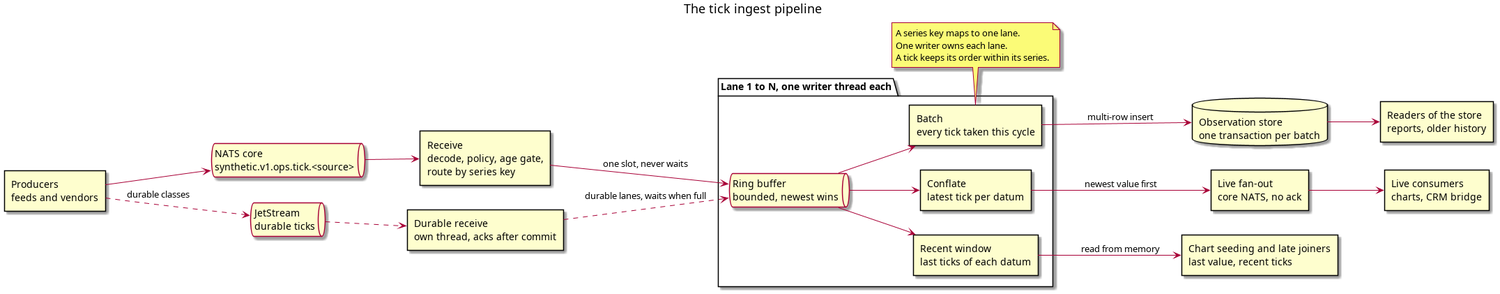
The PlantUML diagram doc/knowledge/architecture/tick_ingest_pipeline.png in OreStudio/OreStudio, before a commit. Its source is kept beside it as doc/knowledge/architecture/tick_ingest_pipeline.puml.
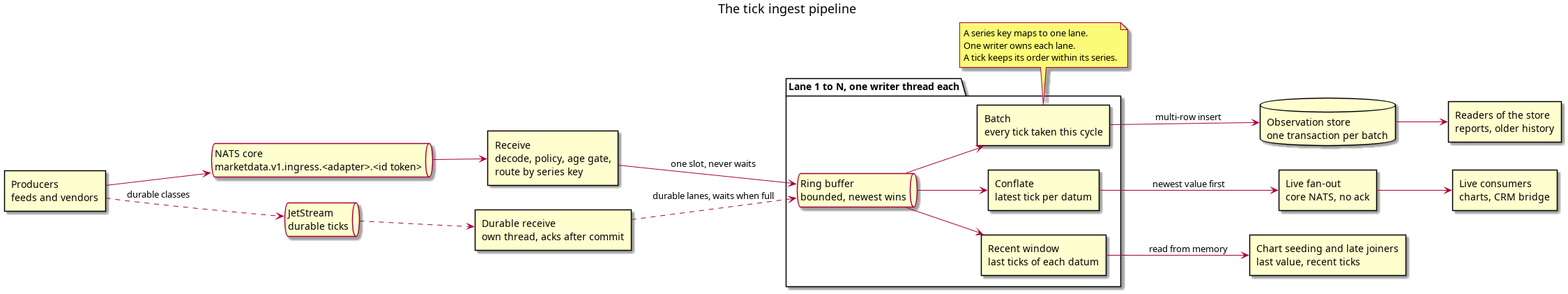
Later version of the same file.

Diff of the diagram source:
```diff
@@ -6,7 +6,7 @@
 skinparam componentStyle rectangle
 
 rectangle "Producers\nfeeds and vendors" as prod
-queue "NATS core\nsynthetic.v1.ops.tick.<source>" as nats
+queue "NATS core\nmarketdata.v1.ingress.<adapter>.<id token>" as nats
 rectangle "Receive\ndecode, policy, age gate,\nroute by series key" as recv
 queue "JetStream\ndurable ticks" as js
 rectangle "Durable receive\nown thread, acks after commit" as drecv
```
